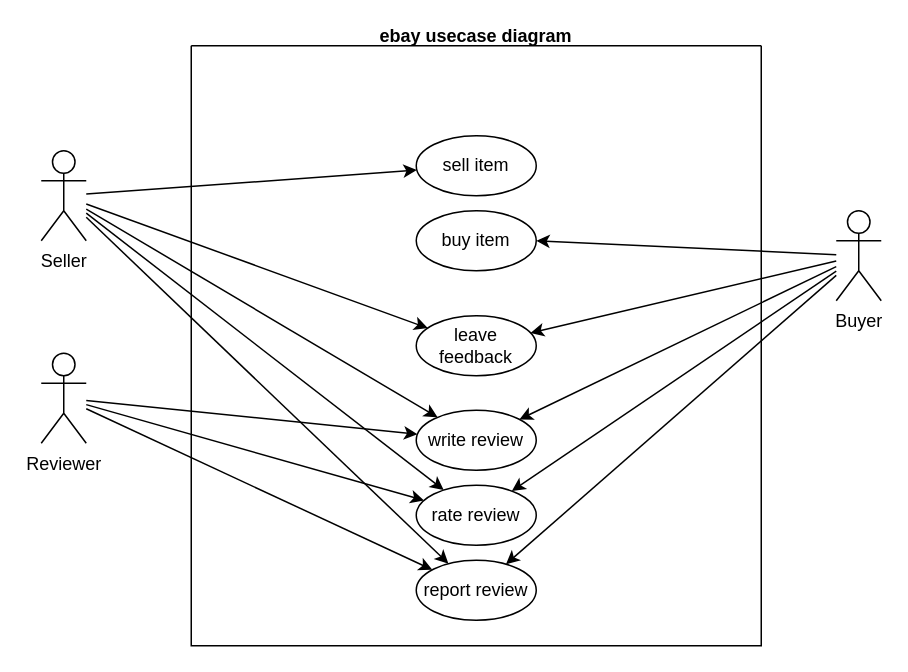
The draw.io diagram page "Page-2" (2 of 4) of BDL/UAS BDL.drawio in dicefoxs/DrawIO, before the edit. Source tidied: cells renumbered, new cells numbered last; positions are measured from the earlier drawing's top-left corner, leaving out a move shared by most shapes. Both pictures are drawn from the tidied source at 150%, with x=0, y=0 at pixel (40, 45).
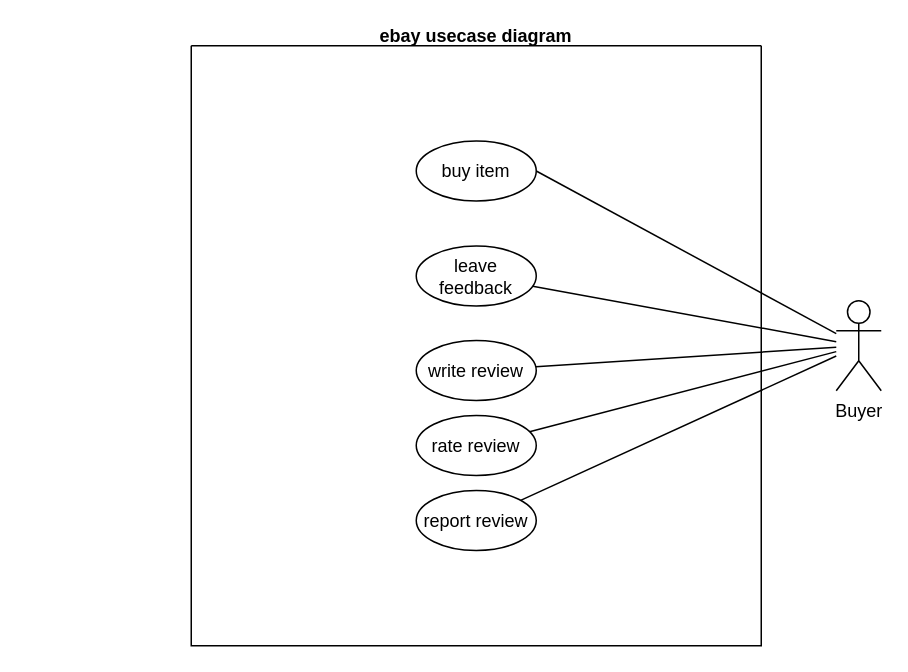
Above is the later version.

The change refers to these unchanged cells:
```xml
<mxCell id="19" value="ebay usecase diagram&#10;" style="swimlane;startSize=0;" parent="1" vertex="1">
  <mxGeometry x="100" width="380" height="400" as="geometry" />
</mxCell>
```

The edit, as a diff of the source:
```diff
@@
-    <mxCell id="2" style="rounded=0;jettySize=auto;html=1;" parent="1" edge="1" source="8" target="20">
-      <mxGeometry relative="1" as="geometry" />
-    </mxCell>
-    <mxCell id="3" value="&lt;div&gt;&lt;br&gt;&lt;/div&gt;" style="edgeLabel;html=1;align=center;verticalAlign=middle;" parent="2" vertex="1">
-      <mxGeometry x="-0.49" relative="1" as="geometry" />
-    </mxCell>
-    <mxCell id="4" style="rounded=0;jettySize=auto;html=1;" parent="1" edge="1" source="8" target="22">
-      <mxGeometry relative="1" as="geometry" />
-    </mxCell>
-    <mxCell id="5" style="edgeStyle=none;rounded=0;jettySize=auto;html=1;" parent="1" edge="1" source="8" target="23">
-      <mxGeometry relative="1" as="geometry" />
-    </mxCell>
-    <mxCell id="6" style="edgeStyle=none;rounded=0;jettySize=auto;html=1;" parent="1" edge="1" source="8" target="24">
-      <mxGeometry relative="1" as="geometry" />
-    </mxCell>
-    <mxCell id="7" style="edgeStyle=none;rounded=0;jettySize=auto;html=1;" parent="1" edge="1" source="8" target="25">
-      <mxGeometry relative="1" as="geometry" />
-    </mxCell>
-    <mxCell id="8" value="Seller" style="shape=umlActor;verticalLabelPosition=bottom;verticalAlign=top;html=1;outlineConnect=0;" parent="1" vertex="1">
-      <mxGeometry y="70" width="30" height="60" as="geometry" />
-    </mxCell>
-    <mxCell id="9" style="edgeStyle=none;rounded=0;jettySize=auto;html=1;" parent="1" edge="1" source="12" target="23">
-      <mxGeometry relative="1" as="geometry" />
-    </mxCell>
-    <mxCell id="10" style="edgeStyle=none;rounded=0;jettySize=auto;html=1;" parent="1" edge="1" source="12" target="24">
-      <mxGeometry relative="1" as="geometry" />
-    </mxCell>
-    <mxCell id="11" style="edgeStyle=none;rounded=0;jettySize=auto;html=1;" parent="1" edge="1" source="12" target="25">
-      <mxGeometry relative="1" as="geometry" />
-    </mxCell>
-    <mxCell id="12" value="Reviewer" style="shape=umlActor;verticalLabelPosition=bottom;verticalAlign=top;html=1;outlineConnect=0;" parent="1" vertex="1">
-      <mxGeometry y="205" width="30" height="60" as="geometry" />
-    </mxCell>
-    <mxCell id="13" style="rounded=0;jettySize=auto;html=1;entryX=1;entryY=0.5;entryDx=0;entryDy=0;" parent="1" edge="1" source="18" target="21">
+    <mxCell id="13" style="rounded=0;jettySize=auto;html=1;entryX=1;entryY=0.5;entryDx=0;entryDy=0;endArrow=none;endFill=0;" parent="1" edge="1" source="18" target="21">
       <mxGeometry relative="1" as="geometry" />
     </mxCell>
-    <mxCell id="14" style="edgeStyle=none;rounded=0;jettySize=auto;html=1;" parent="1" edge="1" source="18" target="22">
+    <mxCell id="14" style="edgeStyle=none;rounded=0;jettySize=auto;html=1;endArrow=none;endFill=0;" parent="1" edge="1" source="18" target="22">
       <mxGeometry relative="1" as="geometry" />
     </mxCell>
-    <mxCell id="15" style="edgeStyle=none;rounded=0;jettySize=auto;html=1;" parent="1" edge="1" source="18" target="23">
+    <mxCell id="15" style="edgeStyle=none;rounded=0;jettySize=auto;html=1;endArrow=none;endFill=0;" parent="1" edge="1" source="18" target="23">
       <mxGeometry relative="1" as="geometry" />
     </mxCell>
-    <mxCell id="16" style="edgeStyle=none;rounded=0;jettySize=auto;html=1;" parent="1" edge="1" source="18" target="24">
+    <mxCell id="16" style="edgeStyle=none;rounded=0;jettySize=auto;html=1;endArrow=none;endFill=0;" parent="1" edge="1" source="18" target="24">
       <mxGeometry relative="1" as="geometry" />
     </mxCell>
-    <mxCell id="17" style="edgeStyle=none;rounded=0;jettySize=auto;html=1;" parent="1" edge="1" source="18" target="25">
+    <mxCell id="17" style="edgeStyle=none;rounded=0;jettySize=auto;html=1;endArrow=none;endFill=0;" parent="1" edge="1" source="18" target="25">
       <mxGeometry relative="1" as="geometry" />
     </mxCell>
     <mxCell id="18" value="&lt;div&gt;Buyer&lt;/div&gt;" style="shape=umlActor;verticalLabelPosition=bottom;verticalAlign=top;html=1;outlineConnect=0;" parent="1" vertex="1">
-      <mxGeometry x="530" y="110" width="30" height="60" as="geometry" />
+      <mxGeometry x="530" y="170" width="30" height="60" as="geometry" />
     </mxCell>
@@
-    <mxCell id="20" value="sell item" style="ellipse;whiteSpace=wrap;html=1;" parent="19" vertex="1">
-      <mxGeometry x="150" y="60" width="80" height="40" as="geometry" />
-    </mxCell>
-    <mxCell id="21" value="buy item" style="ellipse;whiteSpace=wrap;html=1;" parent="1" vertex="1">
-      <mxGeometry x="250" y="110" width="80" height="40" as="geometry" />
+    <mxCell id="21" value="buy item" style="ellipse;whiteSpace=wrap;html=1;" parent="19" vertex="1">
+      <mxGeometry x="150" y="63.5" width="80" height="40" as="geometry" />
     </mxCell>
-    <mxCell id="22" value="leave feedback" style="ellipse;whiteSpace=wrap;html=1;" parent="1" vertex="1">
-      <mxGeometry x="250" y="180" width="80" height="40" as="geometry" />
+    <mxCell id="22" value="leave feedback" style="ellipse;whiteSpace=wrap;html=1;" parent="19" vertex="1">
+      <mxGeometry x="150" y="133.5" width="80" height="40" as="geometry" />
     </mxCell>
-    <mxCell id="23" value="write review" style="ellipse;whiteSpace=wrap;html=1;" parent="1" vertex="1">
-      <mxGeometry x="250" y="243" width="80" height="40" as="geometry" />
+    <mxCell id="23" value="write review" style="ellipse;whiteSpace=wrap;html=1;" parent="19" vertex="1">
+      <mxGeometry x="150" y="196.5" width="80" height="40" as="geometry" />
     </mxCell>
-    <mxCell id="24" value="rate review" style="ellipse;whiteSpace=wrap;html=1;" parent="1" vertex="1">
-      <mxGeometry x="250" y="293" width="80" height="40" as="geometry" />
+    <mxCell id="24" value="rate review" style="ellipse;whiteSpace=wrap;html=1;" parent="19" vertex="1">
+      <mxGeometry x="150" y="246.5" width="80" height="40" as="geometry" />
     </mxCell>
-    <mxCell id="25" value="report review" style="ellipse;whiteSpace=wrap;html=1;" parent="1" vertex="1">
-      <mxGeometry x="250" y="343" width="80" height="40" as="geometry" />
+    <mxCell id="25" value="report review" style="ellipse;whiteSpace=wrap;html=1;" parent="19" vertex="1">
+      <mxGeometry x="150" y="296.5" width="80" height="40" as="geometry" />
     </mxCell>
```
